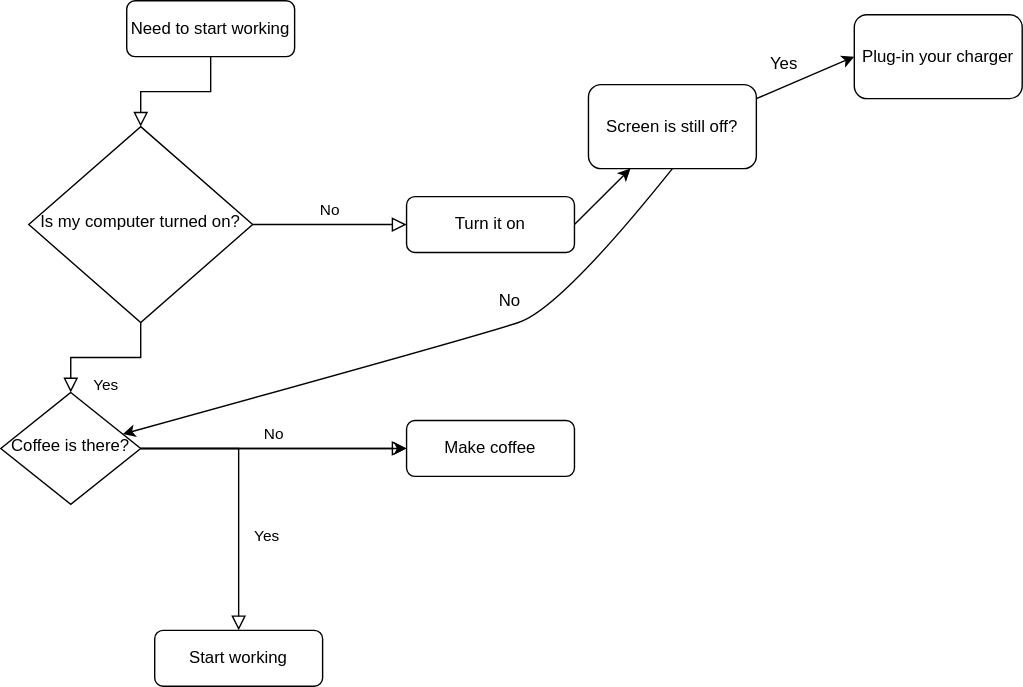
Earlier version of the draw.io export KT2-14.drawio.svg (KomunikacjaTechnicznaVistula/Monika-Skoneczna). Source tidied: cells renumbered, new cells last; positions are measured from the earlier drawing's top-left corner, leaving out a move shared by most shapes.
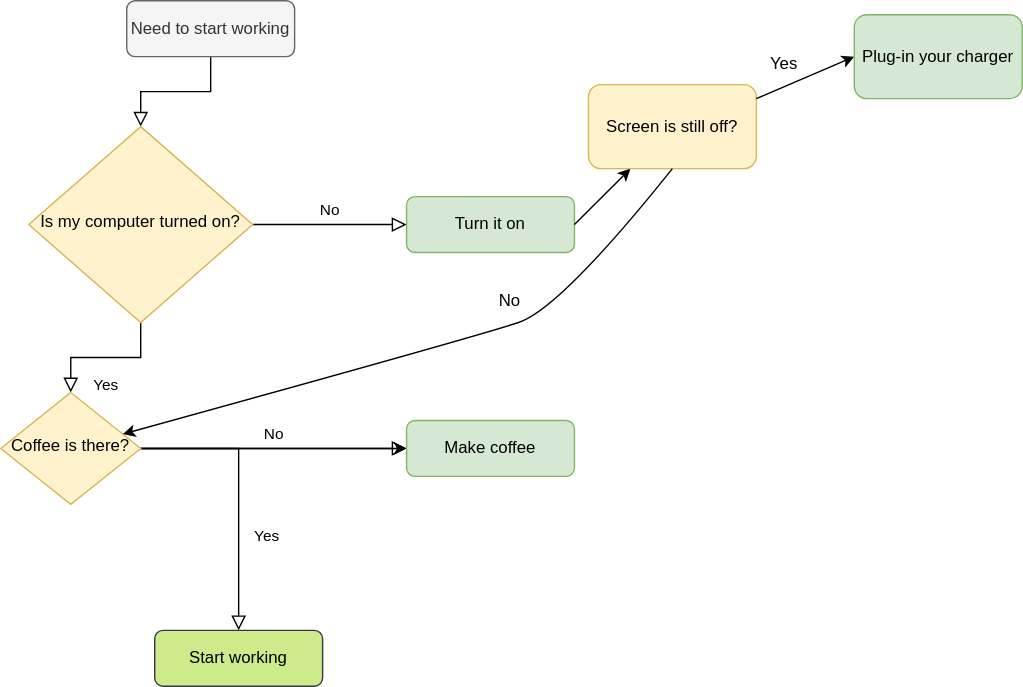
The same file after the commit.

Diff of the diagram source:
```diff
@@ -5,7 +5,7 @@
     <mxCell id="2" style="rounded=0;html=1;jettySize=auto;fontSize=11;endArrow=block;endFill=0;endSize=8;strokeWidth=1;shadow=0;labelBackgroundColor=none;edgeStyle=orthogonalEdgeStyle;" parent="1" edge="1" source="3" target="6">
       <mxGeometry relative="1" as="geometry" />
     </mxCell>
-    <mxCell id="3" value="Need to start working" style="rounded=1;whiteSpace=wrap;html=1;fontSize=12;glass=0;strokeWidth=1;shadow=0;" parent="1" vertex="1">
+    <mxCell id="3" value="Need to start working" style="rounded=1;whiteSpace=wrap;html=1;fontSize=12;glass=0;strokeWidth=1;shadow=0;fillColor=#f5f5f5;fontColor=#333333;strokeColor=#666666;" parent="1" vertex="1">
       <mxGeometry x="90" width="120" height="40" as="geometry" />
     </mxCell>
     <mxCell id="4" value="Yes" style="rounded=0;html=1;jettySize=auto;fontSize=11;endArrow=block;endFill=0;endSize=8;strokeWidth=1;shadow=0;labelBackgroundColor=none;edgeStyle=orthogonalEdgeStyle;" parent="1" edge="1" source="6" target="11">
@@ -14,10 +14,10 @@
     <mxCell id="5" value="No" style="edgeStyle=orthogonalEdgeStyle;rounded=0;html=1;jettySize=auto;fontSize=11;endArrow=block;endFill=0;endSize=8;strokeWidth=1;shadow=0;labelBackgroundColor=none;" parent="1" edge="1" source="6" target="7">
       <mxGeometry y="10" relative="1" as="geometry" />
     </mxCell>
-    <mxCell id="6" value="Is my computer turned on?" style="rhombus;whiteSpace=wrap;html=1;shadow=0;fontFamily=Helvetica;fontSize=12;align=center;strokeWidth=1;spacing=6;spacingTop=-4;" parent="1" vertex="1">
+    <mxCell id="6" value="Is my computer turned on?" style="rhombus;whiteSpace=wrap;html=1;shadow=0;fontFamily=Helvetica;fontSize=12;align=center;strokeWidth=1;spacing=6;spacingTop=-4;fillColor=#fff2cc;strokeColor=#d6b656;" parent="1" vertex="1">
       <mxGeometry x="20" y="90" width="160" height="140" as="geometry" />
     </mxCell>
-    <mxCell id="7" value="Turn it on" style="rounded=1;whiteSpace=wrap;html=1;fontSize=12;glass=0;strokeWidth=1;shadow=0;" parent="1" vertex="1">
+    <mxCell id="7" value="Turn it on" style="rounded=1;whiteSpace=wrap;html=1;fontSize=12;glass=0;strokeWidth=1;shadow=0;fillColor=#d5e8d4;strokeColor=#82b366;" parent="1" vertex="1">
       <mxGeometry x="290" y="140" width="120" height="40" as="geometry" />
     </mxCell>
     <mxCell id="8" value="Yes" style="rounded=0;html=1;jettySize=auto;fontSize=11;endArrow=block;endFill=0;endSize=8;strokeWidth=1;shadow=0;labelBackgroundColor=none;edgeStyle=orthogonalEdgeStyle;" parent="1" edge="1" source="11" target="12">
@@ -29,13 +29,13 @@
     <mxCell id="10" style="edgeStyle=orthogonalEdgeStyle;rounded=0;jettySize=auto;html=1;" parent="1" edge="1" source="11" target="13">
       <mxGeometry relative="1" as="geometry" />
     </mxCell>
-    <mxCell id="11" value="Coffee is there?" style="rhombus;whiteSpace=wrap;html=1;shadow=0;fontFamily=Helvetica;fontSize=12;align=center;strokeWidth=1;spacing=6;spacingTop=-4;" parent="1" vertex="1">
+    <mxCell id="11" value="Coffee is there?" style="rhombus;whiteSpace=wrap;html=1;shadow=0;fontFamily=Helvetica;fontSize=12;align=center;strokeWidth=1;spacing=6;spacingTop=-4;fillColor=#fff2cc;strokeColor=#d6b656;" parent="1" vertex="1">
       <mxGeometry y="280" width="100" height="80" as="geometry" />
     </mxCell>
-    <mxCell id="12" value="Start working" style="rounded=1;whiteSpace=wrap;html=1;fontSize=12;glass=0;strokeWidth=1;shadow=0;" parent="1" vertex="1">
+    <mxCell id="12" value="Start working" style="rounded=1;whiteSpace=wrap;html=1;fontSize=12;glass=0;strokeWidth=1;shadow=0;fillColor=#cdeb8b;strokeColor=#36393d;" parent="1" vertex="1">
       <mxGeometry x="110" y="450" width="120" height="40" as="geometry" />
     </mxCell>
-    <mxCell id="13" value="Make coffee" style="rounded=1;whiteSpace=wrap;html=1;fontSize=12;glass=0;strokeWidth=1;shadow=0;" parent="1" vertex="1">
+    <mxCell id="13" value="Make coffee" style="rounded=1;whiteSpace=wrap;html=1;fontSize=12;glass=0;strokeWidth=1;shadow=0;fillColor=#d5e8d4;strokeColor=#82b366;" parent="1" vertex="1">
       <mxGeometry x="290" y="300" width="120" height="40" as="geometry" />
     </mxCell>
     <mxCell id="14" style="endArrow=classic;html=1;rounded=0;" parent="1" edge="1" target="15">
@@ -43,7 +43,7 @@
         <mxPoint x="410" y="160" as="sourcePoint" />
       </mxGeometry>
     </mxCell>
-    <mxCell id="15" value="Screen is still off?" style="rounded=1;whiteSpace=wrap;html=1;" parent="1" vertex="1">
+    <mxCell id="15" value="Screen is still off?" style="rounded=1;whiteSpace=wrap;html=1;fillColor=#fff2cc;strokeColor=#d6b656;" parent="1" vertex="1">
       <mxGeometry x="420" y="60" width="120" height="60" as="geometry" />
     </mxCell>
     <mxCell id="16" style="endArrow=classic;html=1;rounded=0;" parent="1" edge="1">
@@ -55,7 +55,7 @@
     <mxCell id="17" value="Yes" style="text;html=1;strokeColor=none;fillColor=none;align=center;verticalAlign=middle;whiteSpace=wrap;rounded=0;" parent="1" vertex="1">
       <mxGeometry x="530" y="30" width="60" height="30" as="geometry" />
     </mxCell>
-    <mxCell id="18" value="Plug-in your charger" style="rounded=1;whiteSpace=wrap;html=1;" parent="1" vertex="1">
+    <mxCell id="18" value="Plug-in your charger" style="rounded=1;whiteSpace=wrap;html=1;fillColor=#d5e8d4;strokeColor=#82b366;" parent="1" vertex="1">
       <mxGeometry x="610" y="10" width="120" height="60" as="geometry" />
     </mxCell>
     <mxCell id="19" style="curved=1;endArrow=classic;html=1;rounded=0;exitX=0.5;exitY=1;exitDx=0;exitDy=0;" parent="1" edge="1" source="15" target="11">
```
